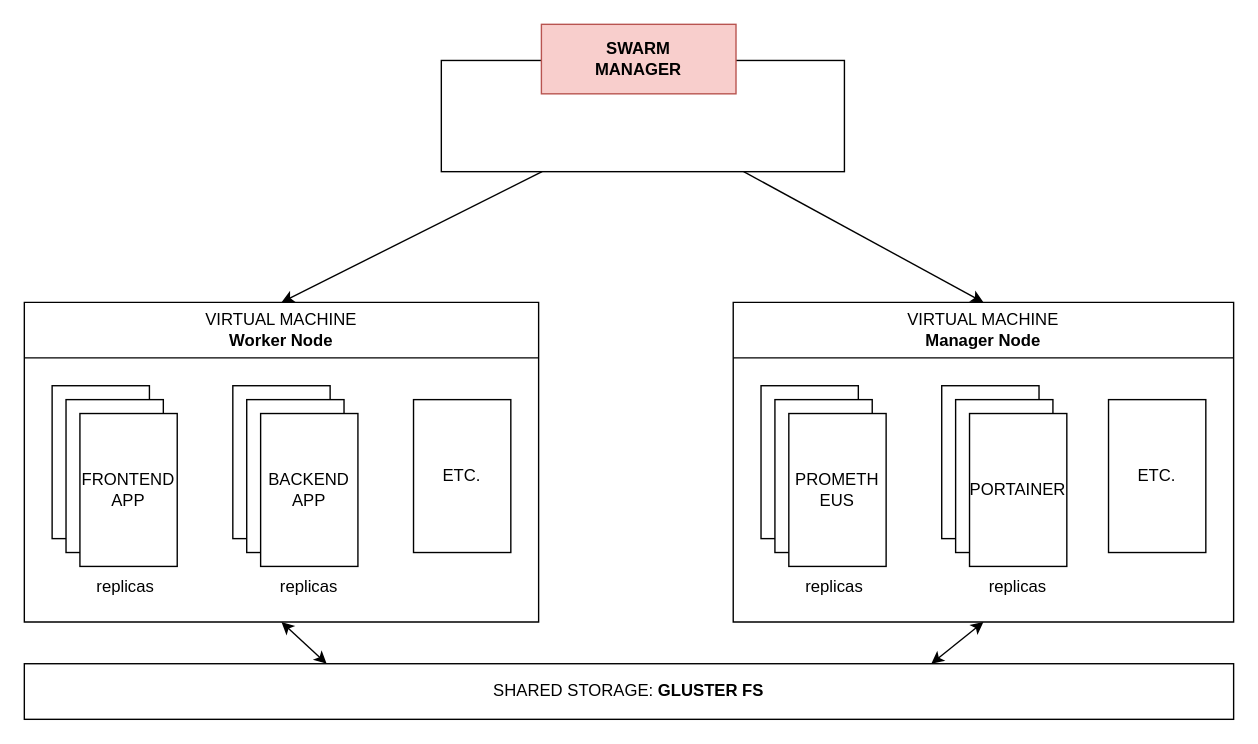
Before: page "Swarm" (6 of 9) of devops/DevOps.drawio in kingsley-ijomah/draw.io, a draw.io diagram. Source tidied: cells renumbered, new cells numbered last; positions are measured from the earlier drawing's top-left corner, leaving out a move shared by most shapes. Both pictures are drawn from the tidied source at 139%, with x=0, y=0 at pixel (24, 24).
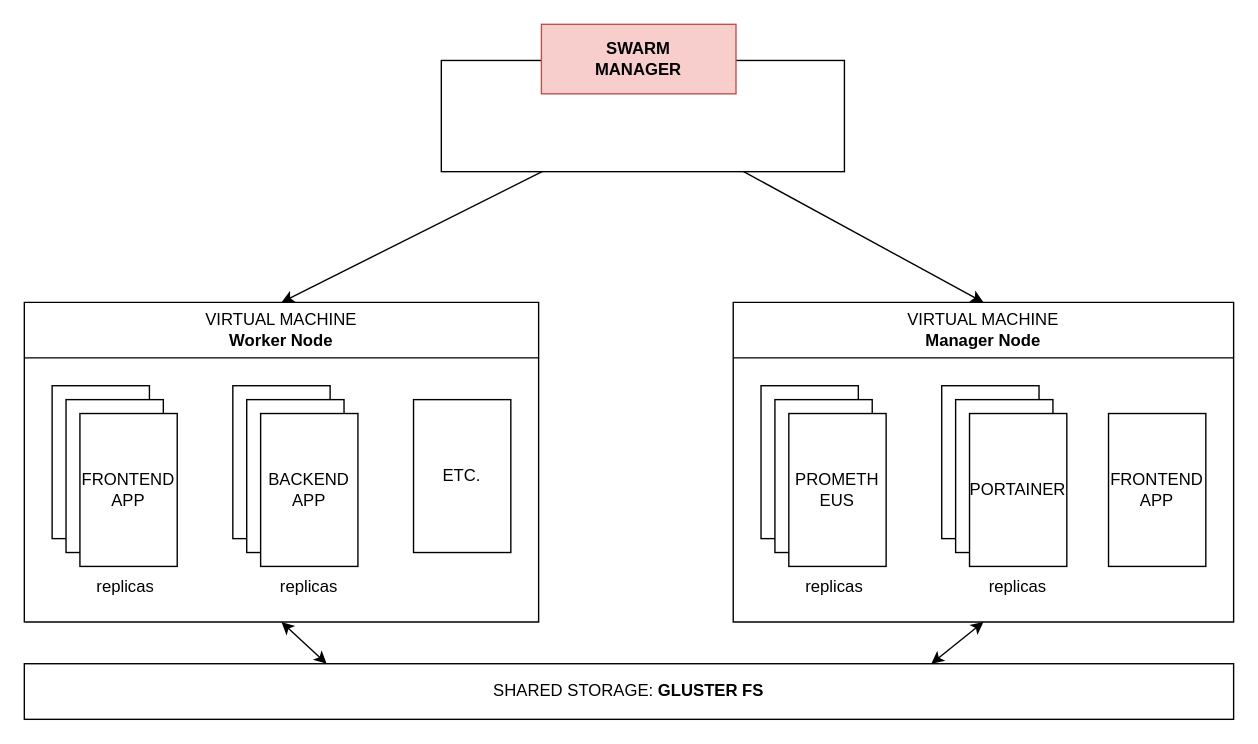
The same page after the edit.

Unchanged cells that the change refers to:
```xml
<mxCell id="16" value="&lt;span style=&quot;font-weight: normal;&quot;&gt;VIRTUAL MACHINE&lt;/span&gt;&lt;br&gt;Manager Node" style="swimlane;whiteSpace=wrap;html=1;startSize=40;" parent="15" vertex="1">
  <mxGeometry width="360" height="230" as="geometry" />
</mxCell>
```

The edit, as a diff of the source:
```diff
@@
-    <mxCell id="20" value="ETC." style="rounded=0;whiteSpace=wrap;html=1;" parent="16" vertex="1">
-      <mxGeometry x="270" y="70" width="70" height="110" as="geometry" />
-    </mxCell>
+    <mxCell id="31" value="FRONTEND&lt;br&gt;APP" style="rounded=0;whiteSpace=wrap;html=1;" parent="16" vertex="1">
+      <mxGeometry x="270" y="80" width="70" height="110" as="geometry" />
+    </mxCell>
```
